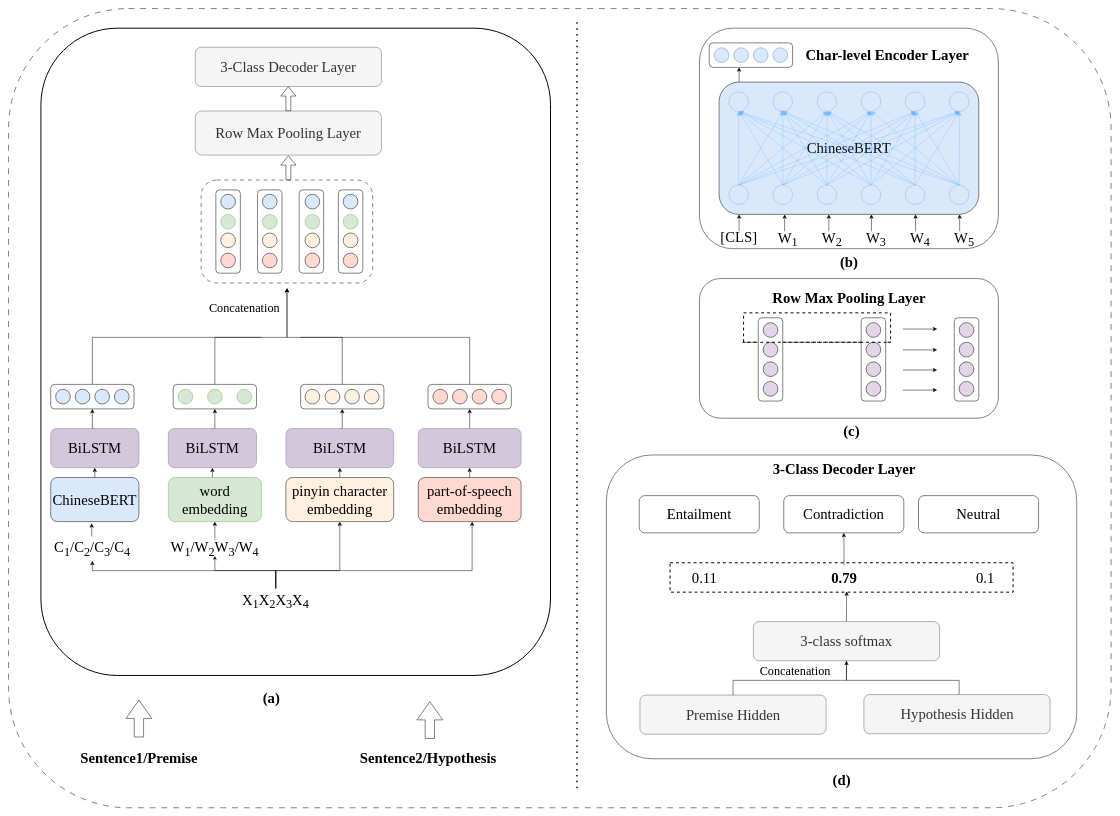
This is text_match/NLI_method.drawio from lengyueit/paper_pic, a draw.io file, before an edit. Source tidied: cells renumbered, new cells numbered last; positions are measured from the earlier drawing's top-left corner, leaving out a move shared by most shapes. Both pictures are drawn from the tidied source at 49%, with x=0, y=0 at pixel (8, 8).
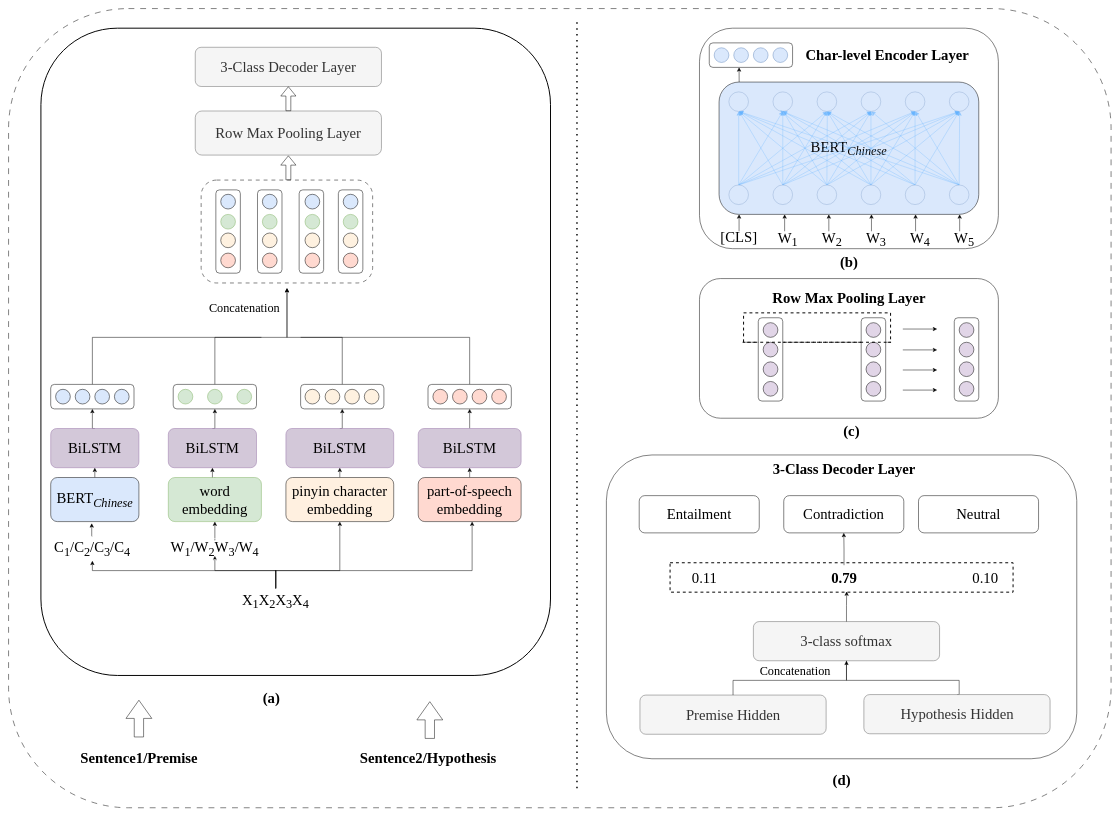
Above is the later version.

Unchanged cells that the change refers to:
```xml
<mxCell id="197" style="group;" parent="184" vertex="1">
  <mxGeometry x="130" y="220" width="700" height="60" as="geometry" />
</mxCell>
```

Change to the diagram source:
```diff
@@
-    <mxCell id="27" value="&lt;font face=&quot;Times New Roman&quot; style=&quot;font-size: 30px;&quot;&gt;ChineseBERT&lt;/font&gt;" style="rounded=1;whiteSpace=wrap;html=1;fillColor=#dae8fc;strokeColor=default;" parent="1" vertex="1">
+    <mxCell id="27" value="&lt;font face=&quot;Times New Roman&quot; style=&quot;font-size: 30px;&quot;&gt;BERT&lt;i&gt;&lt;sub&gt;Chinese&lt;/sub&gt;&lt;/i&gt;&lt;/font&gt;" style="rounded=1;whiteSpace=wrap;html=1;fillColor=#dae8fc;strokeColor=default;" parent="1" vertex="1">
       <mxGeometry x="1450" y="150" width="530" height="270" as="geometry" />
     </mxCell>
@@
-    <mxCell id="107" value="&lt;font style=&quot;font-size: 30px;&quot;&gt;ChineseBERT&lt;/font&gt;" style="rounded=1;whiteSpace=wrap;html=1;fillColor=#dae8fc;fontSize=20;fontFamily=Times New Roman;" parent="1" vertex="1">
+    <mxCell id="107" value="&lt;font style=&quot;font-size: 30px;&quot;&gt;BERT&lt;sub&gt;&lt;i&gt;Chinese&lt;/i&gt;&lt;/sub&gt;&lt;/font&gt;" style="rounded=1;whiteSpace=wrap;html=1;fillColor=#dae8fc;fontSize=20;fontFamily=Times New Roman;" parent="1" vertex="1">
       <mxGeometry x="86" y="957" width="180" height="90" as="geometry" />
     </mxCell>
@@
-    <mxCell id="200" value="&lt;font style=&quot;font-size: 30px;&quot; face=&quot;Times New Roman&quot;&gt;0.1&lt;/font&gt;" style="text;html=1;align=center;verticalAlign=middle;strokeColor=none;fillColor=none;" parent="197" vertex="1">
-      <mxGeometry x="612.5" y="5" width="60" height="50" as="geometry" />
+    <mxCell id="200" value="&lt;font style=&quot;font-size: 30px;&quot; face=&quot;Times New Roman&quot;&gt;0.10&lt;/font&gt;" style="text;html=1;align=center;verticalAlign=middle;strokeColor=none;fillColor=none;" parent="197" vertex="1">
+      <mxGeometry x="602.5" y="5" width="80" height="50" as="geometry" />
     </mxCell>
```
